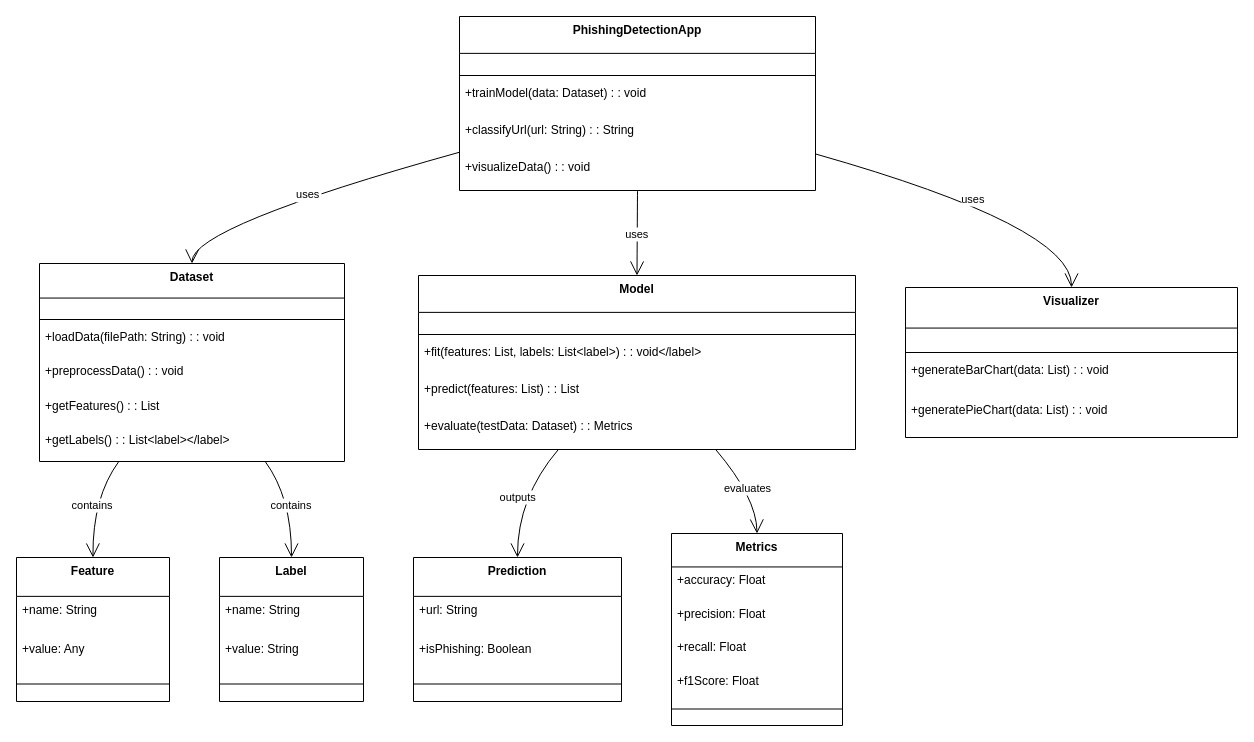
Before: PhishNet Class Diagram.drawio in ElyssaR-03/PhishNet, a draw.io diagram. Source tidied: cells renumbered, new cells numbered last; positions are measured from the earlier drawing's top-left corner, leaving out a move shared by most shapes. Both pictures are drawn from the tidied source at 100%, with x=0, y=0 at pixel (16, 16).
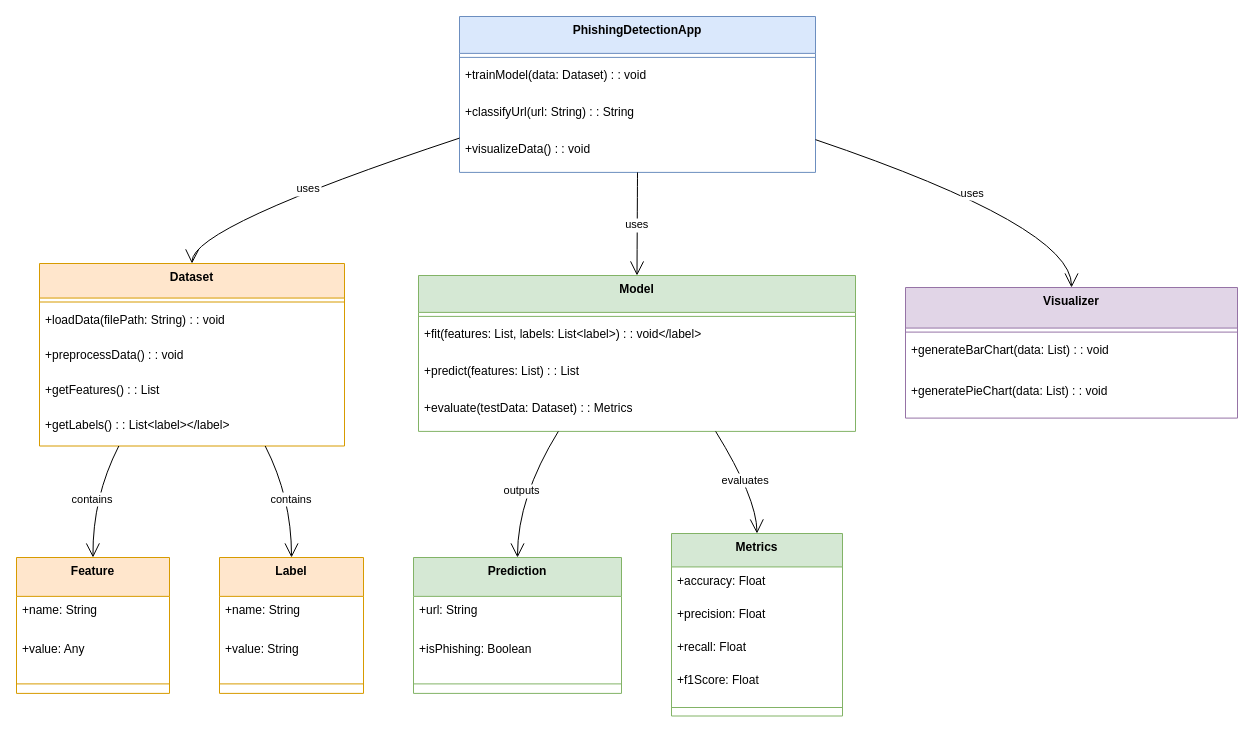
The same page after the edit.

The edit, as a diff of the source:
```diff
@@
-    <mxCell id="2" value="PhishingDetectionApp" style="swimlane;fontStyle=1;align=center;verticalAlign=top;horizontal=1;startSize=36.888888888888886;" parent="1" vertex="1">
-      <mxGeometry x="443" width="356" height="174" as="geometry" />
+    <mxCell id="2" value="PhishingDetectionApp" style="swimlane;fontStyle=1;align=center;verticalAlign=top;horizontal=1;startSize=36.888888888888886;fillColor=#dae8fc;strokeColor=#6c8ebf;" parent="1" vertex="1">
+      <mxGeometry x="443" width="356" height="155.9" as="geometry" />
     </mxCell>
     <mxCell id="3" style="line;strokeWidth=1;fillColor=none;align=left;verticalAlign=middle;spacingTop=-1;spacingLeft=3;spacingRight=3;labelPosition=right;strokeColor=inherit;" parent="2" vertex="1">
-      <mxGeometry y="55" width="356" height="8" as="geometry" />
+      <mxGeometry y="36.9" width="356" height="8" as="geometry" />
     </mxCell>
     <mxCell id="4" value="+trainModel(data: Dataset) : : void" style="text;strokeColor=none;fillColor=none;align=left;verticalAlign=top;spacingLeft=4;spacingRight=4;overflow=hidden;" parent="2" vertex="1">
-      <mxGeometry y="63" width="356" height="37" as="geometry" />
+      <mxGeometry y="44.9" width="356" height="37" as="geometry" />
     </mxCell>
     <mxCell id="5" value="+classifyUrl(url: String) : : String" style="text;strokeColor=none;fillColor=none;align=left;verticalAlign=top;spacingLeft=4;spacingRight=4;overflow=hidden;" parent="2" vertex="1">
-      <mxGeometry y="100" width="356" height="37" as="geometry" />
+      <mxGeometry y="81.9" width="356" height="37" as="geometry" />
     </mxCell>
     <mxCell id="6" value="+visualizeData() : : void" style="text;strokeColor=none;fillColor=none;align=left;verticalAlign=top;spacingLeft=4;spacingRight=4;overflow=hidden;" parent="2" vertex="1">
-      <mxGeometry y="137" width="356" height="37" as="geometry" />
+      <mxGeometry y="118.9" width="356" height="37" as="geometry" />
     </mxCell>
-    <mxCell id="7" value="Dataset" style="swimlane;fontStyle=1;align=center;verticalAlign=top;horizontal=1;startSize=34.54545454545455;" parent="1" vertex="1">
-      <mxGeometry x="23" y="247" width="305" height="198" as="geometry" />
+    <mxCell id="7" value="Dataset" style="swimlane;fontStyle=1;align=center;verticalAlign=top;horizontal=1;startSize=34.54545454545455;fillColor=#ffe6cc;strokeColor=#d79b00;" parent="1" vertex="1">
+      <mxGeometry x="23" y="247" width="305" height="182.5" as="geometry" />
     </mxCell>
     <mxCell id="8" style="line;strokeWidth=1;fillColor=none;align=left;verticalAlign=middle;spacingTop=-1;spacingLeft=3;spacingRight=3;labelPosition=right;strokeColor=inherit;" parent="7" vertex="1">
-      <mxGeometry y="52" width="305" height="8" as="geometry" />
+      <mxGeometry y="34.5" width="305" height="8" as="geometry" />
     </mxCell>
     <mxCell id="9" value="+loadData(filePath: String) : : void" style="text;strokeColor=none;fillColor=none;align=left;verticalAlign=top;spacingLeft=4;spacingRight=4;overflow=hidden;" parent="7" vertex="1">
-      <mxGeometry y="60" width="305" height="35" as="geometry" />
+      <mxGeometry y="42.5" width="305" height="35" as="geometry" />
     </mxCell>
     <mxCell id="10" value="+preprocessData() : : void" style="text;strokeColor=none;fillColor=none;align=left;verticalAlign=top;spacingLeft=4;spacingRight=4;overflow=hidden;" parent="7" vertex="1">
-      <mxGeometry y="94" width="305" height="35" as="geometry" />
+      <mxGeometry y="77.5" width="305" height="35" as="geometry" />
     </mxCell>
     <mxCell id="11" value="+getFeatures() : : List" style="text;strokeColor=none;fillColor=none;align=left;verticalAlign=top;spacingLeft=4;spacingRight=4;overflow=hidden;" parent="7" vertex="1">
-      <mxGeometry y="129" width="305" height="35" as="geometry" />
+      <mxGeometry y="112.5" width="305" height="35" as="geometry" />
     </mxCell>
     <mxCell id="12" value="+getLabels() : : List&lt;label&gt;&lt;/label&gt;" style="text;strokeColor=none;fillColor=none;align=left;verticalAlign=top;spacingLeft=4;spacingRight=4;overflow=hidden;" parent="7" vertex="1">
-      <mxGeometry y="163" width="305" height="35" as="geometry" />
+      <mxGeometry y="147.5" width="305" height="35" as="geometry" />
     </mxCell>
-    <mxCell id="13" value="Model" style="swimlane;fontStyle=1;align=center;verticalAlign=top;horizontal=1;startSize=36.888888888888886;" parent="1" vertex="1">
-      <mxGeometry x="402" y="259" width="437" height="174" as="geometry" />
+    <mxCell id="13" value="Model" style="swimlane;fontStyle=1;align=center;verticalAlign=top;horizontal=1;startSize=36.888888888888886;fillColor=#d5e8d4;strokeColor=#82b366;" parent="1" vertex="1">
+      <mxGeometry x="402" y="259" width="437" height="155.9" as="geometry" />
     </mxCell>
     <mxCell id="14" style="line;strokeWidth=1;fillColor=none;align=left;verticalAlign=middle;spacingTop=-1;spacingLeft=3;spacingRight=3;labelPosition=right;strokeColor=inherit;" parent="13" vertex="1">
-      <mxGeometry y="55" width="437" height="8" as="geometry" />
+      <mxGeometry y="36.9" width="437" height="8" as="geometry" />
     </mxCell>
     <mxCell id="15" value="+fit(features: List, labels: List&lt;label&gt;) : : void&lt;/label&gt;" style="text;strokeColor=none;fillColor=none;align=left;verticalAlign=top;spacingLeft=4;spacingRight=4;overflow=hidden;" parent="13" vertex="1">
-      <mxGeometry y="63" width="437" height="37" as="geometry" />
+      <mxGeometry y="44.9" width="437" height="37" as="geometry" />
     </mxCell>
     <mxCell id="16" value="+predict(features: List) : : List" style="text;strokeColor=none;fillColor=none;align=left;verticalAlign=top;spacingLeft=4;spacingRight=4;overflow=hidden;" parent="13" vertex="1">
-      <mxGeometry y="100" width="437" height="37" as="geometry" />
+      <mxGeometry y="81.9" width="437" height="37" as="geometry" />
     </mxCell>
     <mxCell id="17" value="+evaluate(testData: Dataset) : : Metrics" style="text;strokeColor=none;fillColor=none;align=left;verticalAlign=top;spacingLeft=4;spacingRight=4;overflow=hidden;" parent="13" vertex="1">
-      <mxGeometry y="137" width="437" height="37" as="geometry" />
+      <mxGeometry y="118.9" width="437" height="37" as="geometry" />
     </mxCell>
-    <mxCell id="18" value="Feature" style="swimlane;fontStyle=1;align=center;verticalAlign=top;horizontal=1;startSize=38.857142857142854;" parent="1" vertex="1">
-      <mxGeometry y="541" width="153" height="144" as="geometry" />
+    <mxCell id="18" value="Feature" style="swimlane;fontStyle=1;align=center;verticalAlign=top;horizontal=1;startSize=38.857142857142854;fillColor=#ffe6cc;strokeColor=#d79b00;" parent="1" vertex="1">
+      <mxGeometry y="541" width="153" height="135.9" as="geometry" />
     </mxCell>
     <mxCell id="19" value="+name: String" style="text;strokeColor=none;fillColor=none;align=left;verticalAlign=top;spacingLeft=4;spacingRight=4;overflow=hidden;" parent="18" vertex="1">
-      <mxGeometry y="39" width="153" height="39" as="geometry" />
+      <mxGeometry y="38.9" width="153" height="39" as="geometry" />
     </mxCell>
     <mxCell id="20" value="+value: Any" style="text;strokeColor=none;fillColor=none;align=left;verticalAlign=top;spacingLeft=4;spacingRight=4;overflow=hidden;" parent="18" vertex="1">
-      <mxGeometry y="78" width="153" height="39" as="geometry" />
+      <mxGeometry y="77.9" width="153" height="39" as="geometry" />
     </mxCell>
     <mxCell id="21" style="line;strokeWidth=1;fillColor=none;align=left;verticalAlign=middle;spacingTop=-1;spacingLeft=3;spacingRight=3;labelPosition=right;strokeColor=inherit;" parent="18" vertex="1">
-      <mxGeometry y="117" width="153" height="19" as="geometry" />
+      <mxGeometry y="116.9" width="153" height="19" as="geometry" />
     </mxCell>
-    <mxCell id="22" value="Label" style="swimlane;fontStyle=1;align=center;verticalAlign=top;horizontal=1;startSize=38.857142857142854;" parent="1" vertex="1">
-      <mxGeometry x="203" y="541" width="144" height="144" as="geometry" />
+    <mxCell id="22" value="Label" style="swimlane;fontStyle=1;align=center;verticalAlign=top;horizontal=1;startSize=38.857142857142854;fillColor=#ffe6cc;strokeColor=#d79b00;" parent="1" vertex="1">
+      <mxGeometry x="203" y="541" width="144" height="135.9" as="geometry" />
     </mxCell>
     <mxCell id="23" value="+name: String" style="text;strokeColor=none;fillColor=none;align=left;verticalAlign=top;spacingLeft=4;spacingRight=4;overflow=hidden;" parent="22" vertex="1">
-      <mxGeometry y="39" width="144" height="39" as="geometry" />
+      <mxGeometry y="38.9" width="144" height="39" as="geometry" />
     </mxCell>
     <mxCell id="24" value="+value: String" style="text;strokeColor=none;fillColor=none;align=left;verticalAlign=top;spacingLeft=4;spacingRight=4;overflow=hidden;" parent="22" vertex="1">
-      <mxGeometry y="78" width="144" height="39" as="geometry" />
+      <mxGeometry y="77.9" width="144" height="39" as="geometry" />
     </mxCell>
     <mxCell id="25" style="line;strokeWidth=1;fillColor=none;align=left;verticalAlign=middle;spacingTop=-1;spacingLeft=3;spacingRight=3;labelPosition=right;strokeColor=inherit;" parent="22" vertex="1">
-      <mxGeometry y="117" width="144" height="19" as="geometry" />
+      <mxGeometry y="116.9" width="144" height="19" as="geometry" />
     </mxCell>
-    <mxCell id="26" value="Prediction" style="swimlane;fontStyle=1;align=center;verticalAlign=top;horizontal=1;startSize=38.857142857142854;" parent="1" vertex="1">
-      <mxGeometry x="397" y="541" width="208" height="144" as="geometry" />
+    <mxCell id="26" value="Prediction" style="swimlane;fontStyle=1;align=center;verticalAlign=top;horizontal=1;startSize=38.857142857142854;fillColor=#d5e8d4;strokeColor=#82b366;" parent="1" vertex="1">
+      <mxGeometry x="397" y="541" width="208" height="135.9" as="geometry" />
     </mxCell>
     <mxCell id="27" value="+url: String" style="text;strokeColor=none;fillColor=none;align=left;verticalAlign=top;spacingLeft=4;spacingRight=4;overflow=hidden;" parent="26" vertex="1">
-      <mxGeometry y="39" width="208" height="39" as="geometry" />
+      <mxGeometry y="38.9" width="208" height="39" as="geometry" />
     </mxCell>
     <mxCell id="28" value="+isPhishing: Boolean" style="text;strokeColor=none;fillColor=none;align=left;verticalAlign=top;spacingLeft=4;spacingRight=4;overflow=hidden;" parent="26" vertex="1">
-      <mxGeometry y="78" width="208" height="39" as="geometry" />
+      <mxGeometry y="77.9" width="208" height="39" as="geometry" />
     </mxCell>
     <mxCell id="29" style="line;strokeWidth=1;fillColor=none;align=left;verticalAlign=middle;spacingTop=-1;spacingLeft=3;spacingRight=3;labelPosition=right;strokeColor=inherit;" parent="26" vertex="1">
-      <mxGeometry y="117" width="208" height="19" as="geometry" />
+      <mxGeometry y="116.9" width="208" height="19" as="geometry" />
     </mxCell>
-    <mxCell id="30" value="Metrics" style="swimlane;fontStyle=1;align=center;verticalAlign=top;horizontal=1;startSize=33.45454545454545;" parent="1" vertex="1">
-      <mxGeometry x="655" y="517" width="171" height="192" as="geometry" />
+    <mxCell id="30" value="Metrics" style="swimlane;fontStyle=1;align=center;verticalAlign=top;horizontal=1;startSize=33.45454545454545;fillColor=#d5e8d4;strokeColor=#82b366;" parent="1" vertex="1">
+      <mxGeometry x="655" y="517" width="171" height="182.5" as="geometry" />
     </mxCell>
     <mxCell id="31" value="+accuracy: Float" style="text;strokeColor=none;fillColor=none;align=left;verticalAlign=top;spacingLeft=4;spacingRight=4;overflow=hidden;" parent="30" vertex="1">
-      <mxGeometry y="33" width="171" height="33" as="geometry" />
+      <mxGeometry y="33.5" width="171" height="33" as="geometry" />
     </mxCell>
     <mxCell id="32" value="+precision: Float" style="text;strokeColor=none;fillColor=none;align=left;verticalAlign=top;spacingLeft=4;spacingRight=4;overflow=hidden;" parent="30" vertex="1">
-      <mxGeometry y="67" width="171" height="33" as="geometry" />
+      <mxGeometry y="66.5" width="171" height="33" as="geometry" />
     </mxCell>
     <mxCell id="33" value="+recall: Float" style="text;strokeColor=none;fillColor=none;align=left;verticalAlign=top;spacingLeft=4;spacingRight=4;overflow=hidden;" parent="30" vertex="1">
-      <mxGeometry y="100" width="171" height="33" as="geometry" />
+      <mxGeometry y="99.5" width="171" height="33" as="geometry" />
     </mxCell>
     <mxCell id="34" value="+f1Score: Float" style="text;strokeColor=none;fillColor=none;align=left;verticalAlign=top;spacingLeft=4;spacingRight=4;overflow=hidden;" parent="30" vertex="1">
-      <mxGeometry y="134" width="171" height="33" as="geometry" />
+      <mxGeometry y="132.5" width="171" height="33" as="geometry" />
     </mxCell>
     <mxCell id="35" style="line;strokeWidth=1;fillColor=none;align=left;verticalAlign=middle;spacingTop=-1;spacingLeft=3;spacingRight=3;labelPosition=right;strokeColor=inherit;" parent="30" vertex="1">
-      <mxGeometry y="167" width="171" height="17" as="geometry" />
+      <mxGeometry y="165.5" width="171" height="17" as="geometry" />
     </mxCell>
-    <mxCell id="36" value="Visualizer" style="swimlane;fontStyle=1;align=center;verticalAlign=top;horizontal=1;startSize=40.57142857142857;" parent="1" vertex="1">
-      <mxGeometry x="889" y="271" width="332" height="150" as="geometry" />
+    <mxCell id="36" value="Visualizer" style="swimlane;fontStyle=1;align=center;verticalAlign=top;horizontal=1;startSize=40.57142857142857;fillColor=#e1d5e7;strokeColor=#9673a6;" parent="1" vertex="1">
+      <mxGeometry x="889" y="271" width="332" height="130.6" as="geometry" />
     </mxCell>
     <mxCell id="37" style="line;strokeWidth=1;fillColor=none;align=left;verticalAlign=middle;spacingTop=-1;spacingLeft=3;spacingRight=3;labelPosition=right;strokeColor=inherit;" parent="36" vertex="1">
-      <mxGeometry y="61" width="332" height="8" as="geometry" />
+      <mxGeometry y="40.6" width="332" height="8" as="geometry" />
     </mxCell>
     <mxCell id="38" value="+generateBarChart(data: List) : : void" style="text;strokeColor=none;fillColor=none;align=left;verticalAlign=top;spacingLeft=4;spacingRight=4;overflow=hidden;" parent="36" vertex="1">
-      <mxGeometry y="69" width="332" height="41" as="geometry" />
+      <mxGeometry y="48.6" width="332" height="41" as="geometry" />
     </mxCell>
     <mxCell id="39" value="+generatePieChart(data: List) : : void" style="text;strokeColor=none;fillColor=none;align=left;verticalAlign=top;spacingLeft=4;spacingRight=4;overflow=hidden;" parent="36" vertex="1">
-      <mxGeometry y="109" width="332" height="41" as="geometry" />
+      <mxGeometry y="89.6" width="332" height="41" as="geometry" />
     </mxCell>
```
